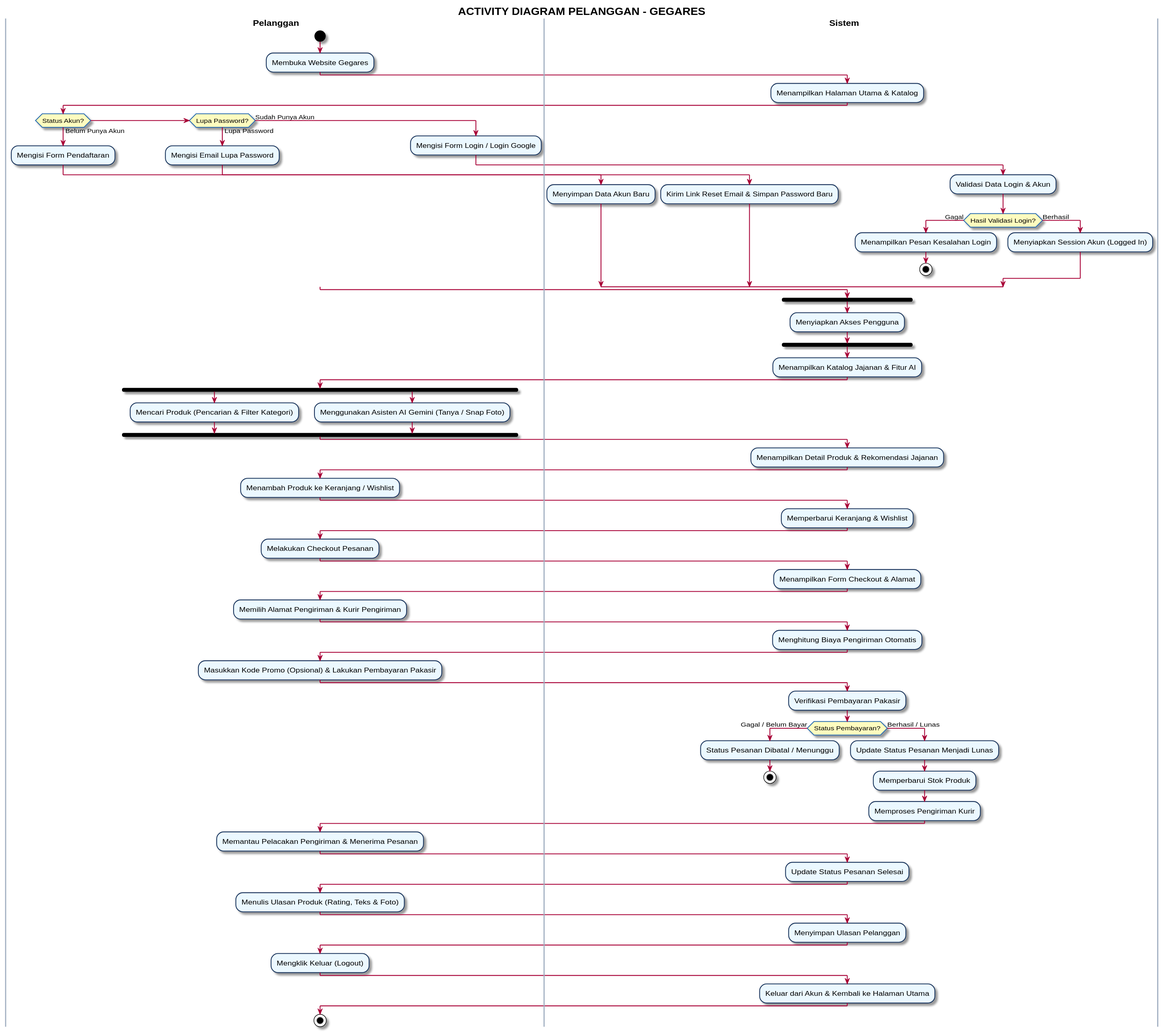
This is diagrams/activity_diagram_pelanggan.svg from greedykid/gegares_toko, a PlantUML export, as it was before one commit.
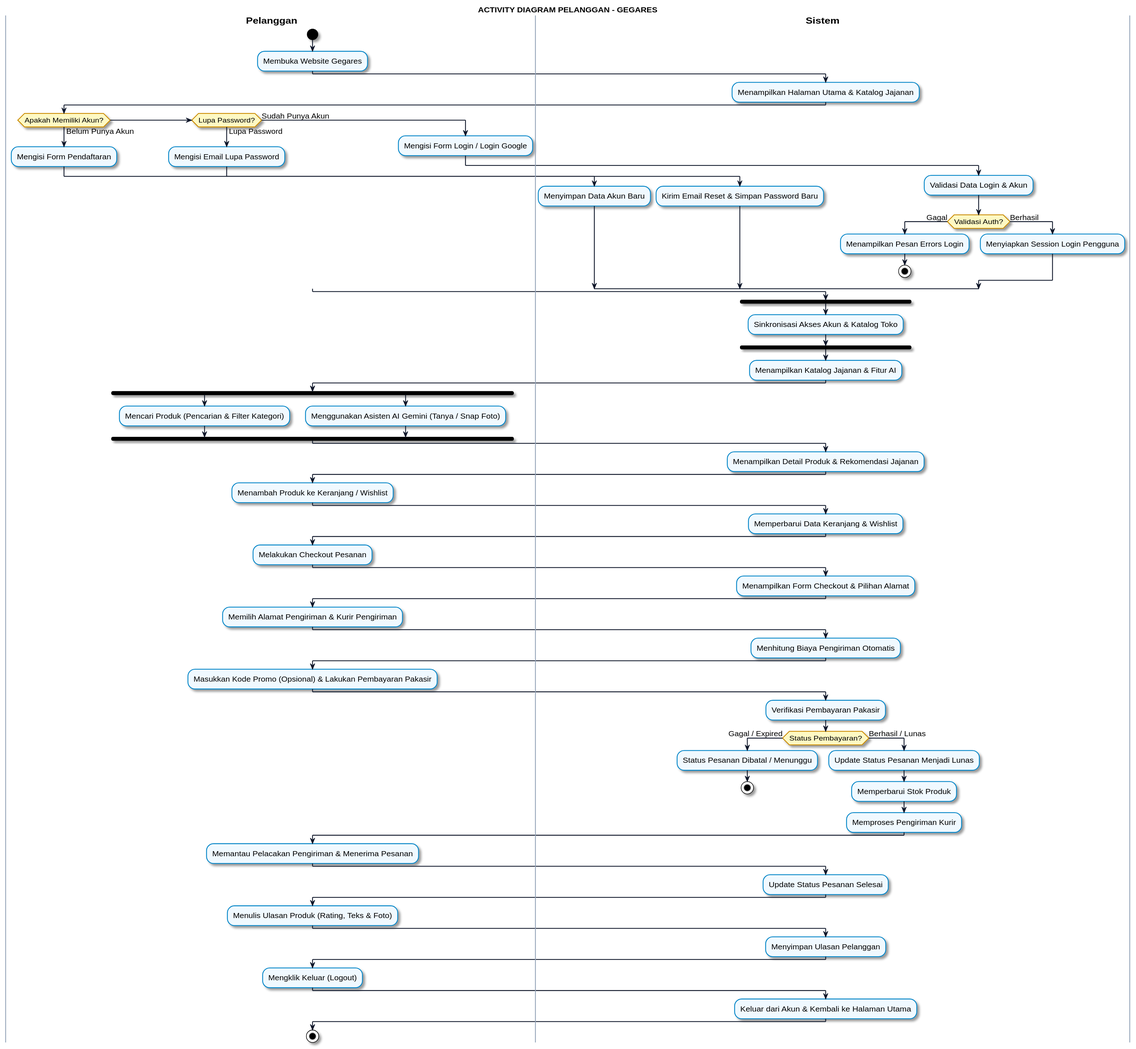
The same diagram one commit later.

Commit message:
docs(diagram): polish swimlane alignment, line spacing, and theme palette for publication readability

Change to the diagram source:
```diff
@@ -1,15 +1,23 @@
 @startuml
-skinparam dpi 180
+skinparam dpi 200
 skinparam defaultFontName "SansSerif"
-skinparam ActivityFontSize 12
-skinparam ActivityBorderColor #1A365D
-skinparam ActivityBackgroundColor #EBF8FF
-skinparam ActivityDiamondBorderColor #2B6CB0
-skinparam ActivityDiamondBackgroundColor #FEFCBF
-skinparam SwimlaneTitleFontSize 14
+skinparam defaultFontSize 13
+skinparam ActivityFontSize 13
+skinparam ActivityBorderColor #0284C7
+skinparam ActivityBorderThickness 1.5
+skinparam ActivityBackgroundColor #F0F9FF
+skinparam ActivityDiamondBorderColor #CA8A04
+skinparam ActivityDiamondBackgroundColor #FEF9C3
+skinparam ActivityDiamondFontSize 12
+skinparam ArrowColor #0F172A
+skinparam ArrowThickness 1.5
+skinparam SwimlaneTitleFontSize 16
 skinparam SwimlaneTitleFontStyle bold
-skinparam SwimlaneBorderColor #A0AEC0
-skinparam SwimlaneWidth 280
+skinparam SwimlaneBorderColor #94A3B8
+skinparam SwimlaneBorderThickness 1.5
+skinparam SwimlaneWidth 320
+skinparam NoteBackgroundColor #FFFBEB
+skinparam NoteBorderColor #F59E0B
 
 title **ACTIVITY DIAGRAM PELANGGAN - GEGARES**
 
@@ -18,10 +26,10 @@
 :Membuka Website Gegares;
 
 |Sistem|
-:Menampilkan Halaman Utama & Katalog;
+:Menampilkan Halaman Utama & Katalog Jajanan;
 
 |Pelanggan|
-if (Status Akun?) then (Belum Punya Akun)
+if (Apakah Memiliki Akun?) then (Belum Punya Akun)
   |Pelanggan|
   :Mengisi Form Pendaftaran;
   |Sistem|
@@ -30,23 +38,23 @@
   |Pelanggan|
   :Mengisi Email Lupa Password;
   |Sistem|
-  :Kirim Link Reset Email & Simpan Password Baru;
+  :Kirim Email Reset & Simpan Password Baru;
 else (Sudah Punya Akun)
   |Pelanggan|
   :Mengisi Form Login / Login Google;
   |Sistem|
   :Validasi Data Login & Akun;
-  if (Hasil Validasi Login?) then (Gagal)
-    :Menampilkan Pesan Kesalahan Login;
+  if (Validasi Auth?) then (Gagal)
+    :Menampilkan Pesan Errors Login;
     stop
   else (Berhasil)
-    :Menyiapkan Session Akun (Logged In);
+    :Menyiapkan Session Login Pengguna;
   endif
 endif
 
 |Sistem|
 fork
-  :Menyiapkan Akses Pengguna;
+  :Sinkronisasi Akses Akun & Katalog Toko;
 end fork
 
 :Menampilkan Katalog Jajanan & Fitur AI;
@@ -65,26 +73,26 @@
 :Menambah Produk ke Keranjang / Wishlist;
 
 |Sistem|
-:Memperbarui Keranjang & Wishlist;
+:Memperbarui Data Keranjang & Wishlist;
 
 |Pelanggan|
 :Melakukan Checkout Pesanan;
 
 |Sistem|
-:Menampilkan Form Checkout & Alamat;
+:Menampilkan Form Checkout & Pilihan Alamat;
 
 |Pelanggan|
 :Memilih Alamat Pengiriman & Kurir Pengiriman;
 
 |Sistem|
-:Menghitung Biaya Pengiriman Otomatis;
+:Menhitung Biaya Pengiriman Otomatis;
 
 |Pelanggan|
 :Masukkan Kode Promo (Opsional) & Lakukan Pembayaran Pakasir;
 
 |Sistem|
 :Verifikasi Pembayaran Pakasir;
-if (Status Pembayaran?) then (Gagal / Belum Bayar)
+if (Status Pembayaran?) then (Gagal / Expired)
   :Status Pesanan Dibatal / Menunggu;
   stop
 else (Berhasil / Lunas)
```
